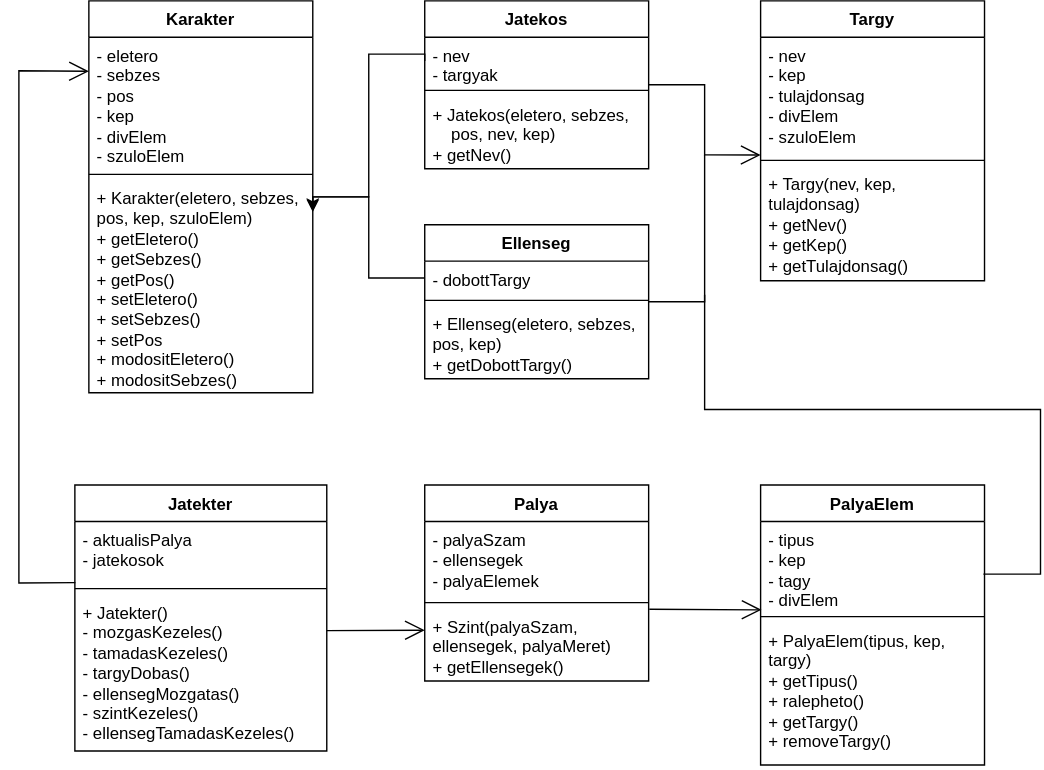
This is Dokumentumok/Jatek_Osztalyok.svg from Ez-meg-egyes/Multiplayer-jatek, a draw.io export, as it was before one commit. Source tidied: cells renumbered, new cells last; positions are measured from the earlier drawing's top-left corner, leaving out a move shared by most shapes.
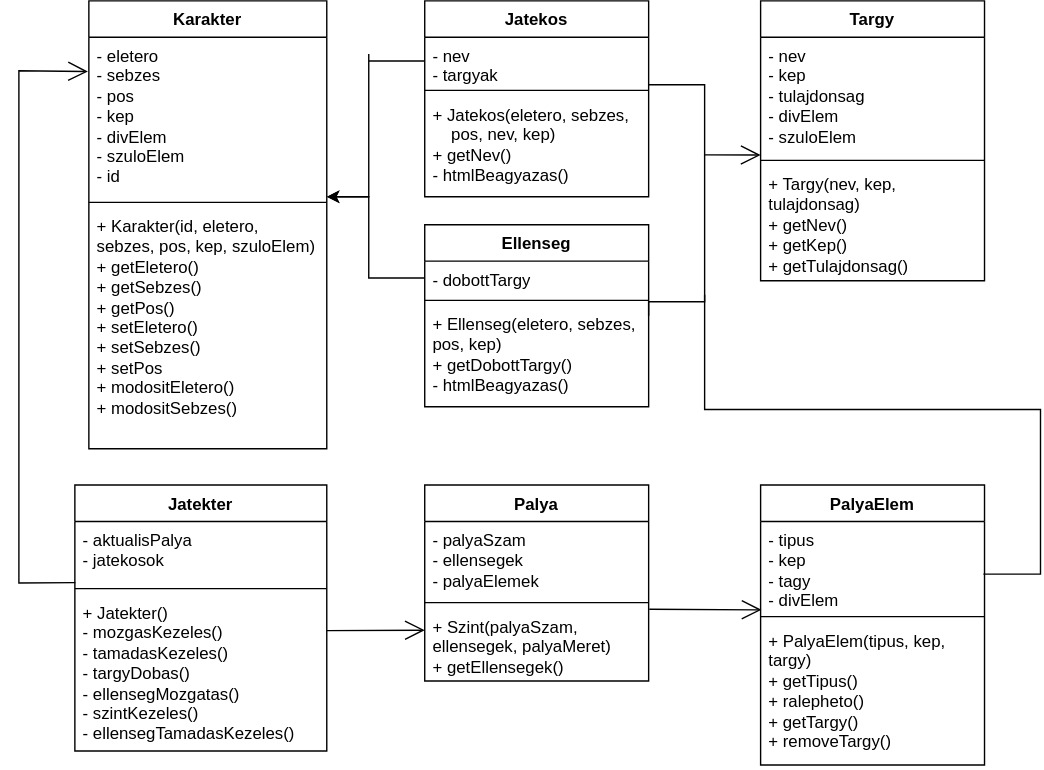
The same diagram one commit later.

The edit, as a diff of the source:
```diff
@@ -31,8 +31,9 @@
     <mxCell id="10" value="+ Szint(palyaSzam, ellensegek, palyaMeret)&lt;br&gt;+ getEllensegek()" style="text;strokeColor=none;fillColor=none;align=left;verticalAlign=top;spacingLeft=4;spacingRight=4;overflow=hidden;points=[[0,0.5],[1,0.5]];portConstraint=eastwest;whiteSpace=wrap;html=1;" parent="6" vertex="1">
       <mxGeometry y="88" width="160" height="52" as="geometry" />
     </mxCell>
-    <mxCell id="11" style="edgeStyle=orthogonalEdgeStyle;rounded=0;jettySize=auto;html=1;exitX=0;exitY=0.5;exitDx=0;exitDy=0;entryX=1;entryY=0.146;entryDx=0;entryDy=0;entryPerimeter=0;" parent="1" edge="1" source="13" target="27">
+    <mxCell id="11" style="edgeStyle=orthogonalEdgeStyle;rounded=0;jettySize=auto;html=1;exitX=0;exitY=0.5;exitDx=0;exitDy=0;" parent="1" edge="1" source="13">
       <mxGeometry relative="1" as="geometry">
+        <mxPoint x="220" y="140" as="targetPoint" />
         <Array as="points">
           <mxPoint x="250" y="198" />
           <mxPoint x="250" y="140" />
@@ -40,7 +41,7 @@
       </mxGeometry>
     </mxCell>
     <mxCell id="12" value="Ellenseg" style="swimlane;fontStyle=1;align=center;verticalAlign=top;horizontal=1;startSize=26;whiteSpace=wrap;html=1;" parent="1" vertex="1">
-      <mxGeometry x="290" y="160" width="160" height="110" as="geometry" />
+      <mxGeometry x="290" y="160" width="160" height="130" as="geometry" />
     </mxCell>
     <mxCell id="13" value="- dobottTargy" style="text;strokeColor=none;fillColor=none;align=left;verticalAlign=top;spacingLeft=4;spacingRight=4;overflow=hidden;points=[[0,0.5],[1,0.5]];portConstraint=eastwest;whiteSpace=wrap;html=1;" parent="12" vertex="1">
       <mxGeometry y="26" width="160" height="24" as="geometry" />
@@ -48,11 +49,11 @@
     <mxCell id="14" style="line;strokeWidth=1;fillColor=none;align=left;verticalAlign=middle;spacingTop=-1;spacingLeft=3;spacingRight=3;labelPosition=right;strokeColor=inherit;" parent="12" vertex="1">
       <mxGeometry y="50" width="160" height="8" as="geometry" />
     </mxCell>
-    <mxCell id="15" value="+ Ellenseg(eletero, sebzes, pos, kep)&lt;br&gt;+ getDobottTargy()" style="text;strokeColor=none;fillColor=none;align=left;verticalAlign=top;spacingLeft=4;spacingRight=4;overflow=hidden;whiteSpace=wrap;html=1;" parent="12" vertex="1">
-      <mxGeometry y="58" width="160" height="52" as="geometry" />
+    <mxCell id="15" value="+ Ellenseg(eletero, sebzes, pos, kep)&lt;br&gt;+ getDobottTargy()&lt;br&gt;- htmlBeagyazas()" style="text;strokeColor=none;fillColor=none;align=left;verticalAlign=top;spacingLeft=4;spacingRight=4;overflow=hidden;whiteSpace=wrap;html=1;" parent="12" vertex="1">
+      <mxGeometry y="58" width="160" height="72" as="geometry" />
     </mxCell>
     <mxCell id="16" value="Jatekos" style="swimlane;fontStyle=1;align=center;verticalAlign=top;horizontal=1;startSize=26;whiteSpace=wrap;html=1;" parent="1" vertex="1">
-      <mxGeometry x="290" width="160" height="120" as="geometry" />
+      <mxGeometry x="290" width="160" height="140" as="geometry" />
     </mxCell>
     <mxCell id="17" value="- nev&lt;br&gt;- targyak" style="text;strokeColor=none;fillColor=none;align=left;verticalAlign=top;spacingLeft=4;spacingRight=4;overflow=hidden;points=[[0,0.5],[1,0.5]];portConstraint=eastwest;whiteSpace=wrap;html=1;" parent="16" vertex="1">
       <mxGeometry y="26" width="160" height="34" as="geometry" />
@@ -60,8 +61,8 @@
     <mxCell id="18" style="line;strokeWidth=1;fillColor=none;align=left;verticalAlign=middle;spacingTop=-1;spacingLeft=3;spacingRight=3;labelPosition=right;strokeColor=inherit;" parent="16" vertex="1">
       <mxGeometry y="60" width="160" height="8" as="geometry" />
     </mxCell>
-    <mxCell id="19" value="+ Jatekos(eletero, sebzes, &lt;br&gt;&lt;span style=&quot;&quot;&gt;&lt;span style=&quot;&quot;&gt;&amp;nbsp;&amp;nbsp;&amp;nbsp;&amp;nbsp;&lt;/span&gt;&lt;/span&gt;pos, nev, kep)&lt;br&gt;+ getNev()" style="text;strokeColor=none;fillColor=none;align=left;verticalAlign=top;spacingLeft=4;spacingRight=4;overflow=hidden;whiteSpace=wrap;html=1;" parent="16" vertex="1">
-      <mxGeometry y="68" width="160" height="52" as="geometry" />
+    <mxCell id="19" value="+ Jatekos(eletero, sebzes, &lt;br&gt;&lt;span style=&quot;&quot;&gt;&lt;span style=&quot;&quot;&gt;&amp;nbsp;&amp;nbsp;&amp;nbsp;&amp;nbsp;&lt;/span&gt;&lt;/span&gt;pos, nev, kep)&lt;br&gt;+ getNev()&lt;br&gt;- htmlBeagyazas()" style="text;strokeColor=none;fillColor=none;align=left;verticalAlign=top;spacingLeft=4;spacingRight=4;overflow=hidden;whiteSpace=wrap;html=1;" parent="16" vertex="1">
+      <mxGeometry y="68" width="160" height="72" as="geometry" />
     </mxCell>
     <mxCell id="20" value="Jatekter" style="swimlane;fontStyle=1;align=center;verticalAlign=top;horizontal=1;startSize=26;whiteSpace=wrap;html=1;" parent="1" vertex="1">
       <mxGeometry x="40" y="346" width="180" height="190" as="geometry" />
@@ -76,16 +77,16 @@
       <mxGeometry y="78" width="180" height="112" as="geometry" />
     </mxCell>
     <mxCell id="24" value="Karakter" style="swimlane;fontStyle=1;align=center;verticalAlign=top;horizontal=1;startSize=26;whiteSpace=wrap;html=1;" parent="1" vertex="1">
-      <mxGeometry x="50" width="160" height="280" as="geometry" />
+      <mxGeometry x="50" width="170" height="320" as="geometry" />
     </mxCell>
-    <mxCell id="25" value="- eletero&lt;br&gt;- sebzes&lt;br&gt;- pos&lt;br&gt;- kep&lt;br&gt;- divElem&lt;br&gt;- szuloElem" style="text;strokeColor=none;fillColor=none;align=left;verticalAlign=top;spacingLeft=4;spacingRight=4;overflow=hidden;points=[[0,0.5],[1,0.5]];portConstraint=eastwest;whiteSpace=wrap;html=1;" parent="24" vertex="1">
-      <mxGeometry y="26" width="160" height="94" as="geometry" />
+    <mxCell id="25" value="- eletero&lt;br&gt;- sebzes&lt;br&gt;- pos&lt;br&gt;- kep&lt;br&gt;- divElem&lt;br&gt;- szuloElem&lt;br&gt;- id" style="text;strokeColor=none;fillColor=none;align=left;verticalAlign=top;spacingLeft=4;spacingRight=4;overflow=hidden;points=[[0,0.5],[1,0.5]];portConstraint=eastwest;whiteSpace=wrap;html=1;" parent="24" vertex="1">
+      <mxGeometry y="26" width="170" height="114" as="geometry" />
     </mxCell>
     <mxCell id="26" style="line;strokeWidth=1;fillColor=none;align=left;verticalAlign=middle;spacingTop=-1;spacingLeft=3;spacingRight=3;labelPosition=right;strokeColor=inherit;" parent="24" vertex="1">
-      <mxGeometry y="120" width="160" height="8" as="geometry" />
+      <mxGeometry y="140" width="170" height="8" as="geometry" />
     </mxCell>
-    <mxCell id="27" value="+ Karakter(eletero, sebzes, pos, kep, szuloElem)&lt;br&gt;+ getEletero()&lt;br&gt;+ getSebzes()&lt;br&gt;+ getPos()&lt;br&gt;+ setEletero()&lt;br&gt;+ setSebzes()&lt;br&gt;+ setPos&lt;br&gt;+ modositEletero()&lt;br&gt;+ modositSebzes()" style="text;strokeColor=none;fillColor=none;align=left;verticalAlign=top;spacingLeft=4;spacingRight=4;overflow=hidden;points=[[0,0.5],[1,0.5]];portConstraint=eastwest;whiteSpace=wrap;html=1;" parent="24" vertex="1">
-      <mxGeometry y="128" width="160" height="152" as="geometry" />
+    <mxCell id="27" value="+ Karakter(id, eletero, sebzes, pos, kep, szuloElem)&lt;br&gt;+ getEletero()&lt;br&gt;+ getSebzes()&lt;br&gt;+ getPos()&lt;br&gt;+ setEletero()&lt;br&gt;+ setSebzes()&lt;br&gt;+ setPos&lt;br&gt;+ modositEletero()&lt;br&gt;+ modositSebzes()" style="text;strokeColor=none;fillColor=none;align=left;verticalAlign=top;spacingLeft=4;spacingRight=4;overflow=hidden;points=[[0,0.5],[1,0.5]];portConstraint=eastwest;whiteSpace=wrap;html=1;" parent="24" vertex="1">
+      <mxGeometry y="148" width="170" height="172" as="geometry" />
     </mxCell>
     <mxCell id="28" value="PalyaElem" style="swimlane;fontStyle=1;align=center;verticalAlign=top;horizontal=1;startSize=26;whiteSpace=wrap;html=1;" parent="1" vertex="1">
       <mxGeometry x="530" y="346" width="160" height="200" as="geometry" />
@@ -99,8 +100,9 @@
     <mxCell id="31" value="+ PalyaElem(tipus, kep, targy)&lt;br&gt;+ getTipus()&lt;br&gt;+ ralepheto()&lt;br&gt;+ getTargy()&lt;br&gt;+ removeTargy()&lt;br&gt;" style="text;strokeColor=none;fillColor=none;align=left;verticalAlign=top;spacingLeft=4;spacingRight=4;overflow=hidden;whiteSpace=wrap;html=1;" parent="28" vertex="1">
       <mxGeometry y="98" width="160" height="102" as="geometry" />
     </mxCell>
-    <mxCell id="32" style="edgeStyle=orthogonalEdgeStyle;rounded=0;jettySize=auto;html=1;exitX=0;exitY=0.5;exitDx=0;exitDy=0;entryX=1;entryY=0.151;entryDx=0;entryDy=0;entryPerimeter=0;" parent="1" edge="1" source="17" target="27">
+    <mxCell id="32" style="edgeStyle=orthogonalEdgeStyle;rounded=0;jettySize=auto;html=1;exitX=0;exitY=0.5;exitDx=0;exitDy=0;" parent="1" edge="1" source="17">
       <mxGeometry relative="1" as="geometry">
+        <mxPoint x="220" y="140" as="targetPoint" />
         <Array as="points">
           <mxPoint x="250" y="38" />
           <mxPoint x="250" y="140" />
@@ -138,7 +140,7 @@
         </Array>
       </mxGeometry>
     </mxCell>
-    <mxCell id="37" style="endArrow=open;endFill=1;endSize=12;html=1;rounded=0;exitX=0.002;exitY=0.994;exitDx=0;exitDy=0;exitPerimeter=0;entryX=0;entryY=0.259;entryDx=0;entryDy=0;entryPerimeter=0;" parent="1" edge="1" source="21" target="25">
+    <mxCell id="37" style="endArrow=open;endFill=1;endSize=12;html=1;rounded=0;exitX=0.002;exitY=0.994;exitDx=0;exitDy=0;exitPerimeter=0;entryX=-0.004;entryY=0.215;entryDx=0;entryDy=0;entryPerimeter=0;" parent="1" edge="1" source="21" target="25">
       <mxGeometry relative="1" as="geometry">
         <Array as="points">
           <mxPoint y="416" />
```
